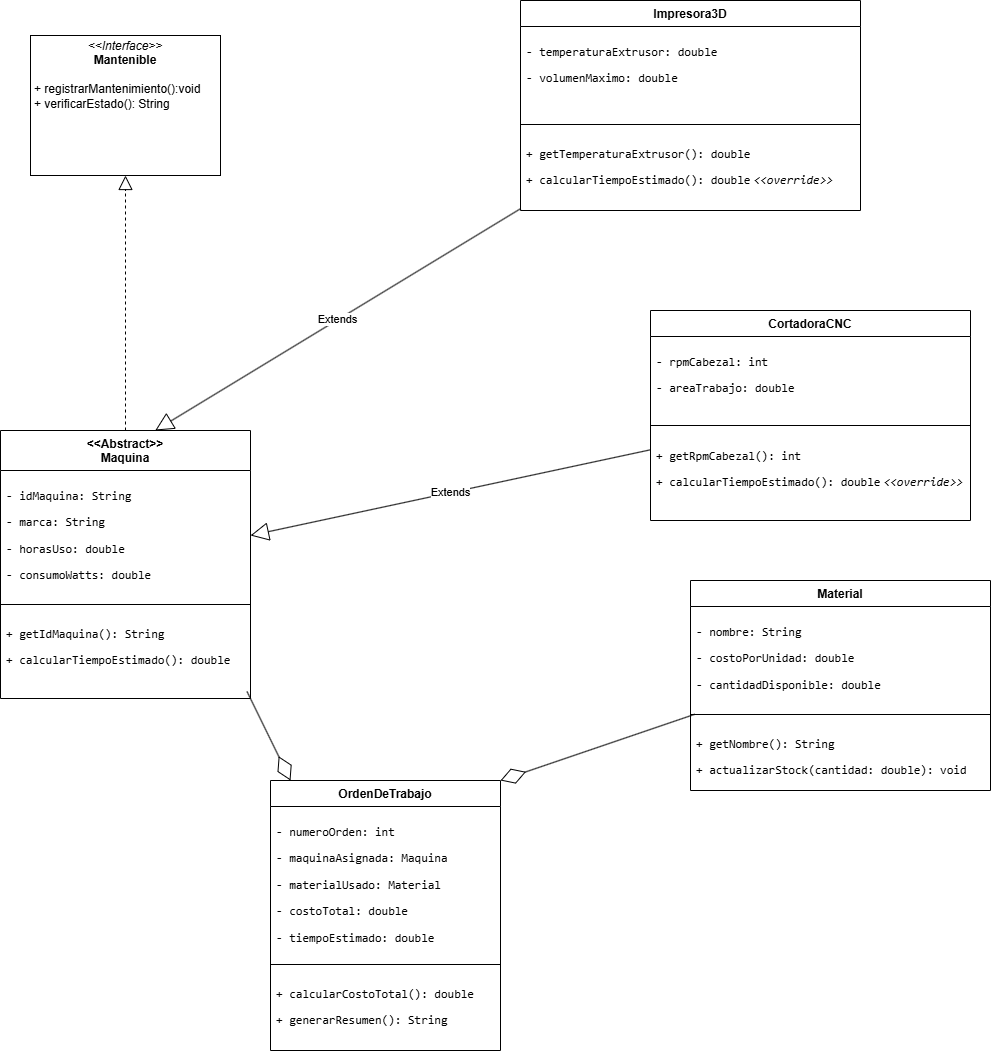
Earlier version of the draw.io export Diagrama UML.png (tsilva-est-ing/PROYECTO-POO-JAVA-FIUNA-2026). Source tidied: cells renumbered, new cells last; positions are measured from the earlier drawing's top-left corner, leaving out a move shared by most shapes. Its diagram source:
```xml
<mxGraphModel background="light-dark(#FFFFFF,#000000)">
  <root>
    <mxCell id="0" />
    <mxCell id="1" parent="0" />
    <mxCell id="2" value="&lt;p style=&quot;margin:0px;margin-top:4px;text-align:center;&quot;&gt;&lt;i&gt;&amp;lt;&amp;lt;Interface&amp;gt;&amp;gt;&lt;/i&gt;&lt;br&gt;&lt;b&gt;Mantenible&lt;/b&gt;&lt;/p&gt;&lt;p style=&quot;margin:0px;margin-left:4px;&quot;&gt;&lt;br&gt;&lt;/p&gt;&lt;p style=&quot;margin:0px;margin-left:4px;&quot;&gt;+ registrarMantenimiento():void&lt;br&gt;+ verificarEstado(): String&lt;/p&gt;" style="verticalAlign=top;align=left;overflow=fill;html=1;whiteSpace=wrap;" parent="1" vertex="1">
      <mxGeometry x="30" y="35" width="190" height="140" as="geometry" />
    </mxCell>
    <mxCell id="3" value="&amp;lt;&amp;lt;Abstract&amp;gt;&amp;gt;&lt;div&gt;Maquina&lt;/div&gt;" style="swimlane;fontStyle=1;align=center;verticalAlign=top;horizontal=1;startSize=40;whiteSpace=wrap;html=1;" parent="1" vertex="1">
      <mxGeometry y="430" width="250" height="268" as="geometry" />
    </mxCell>
    <mxCell id="4" value="&lt;div&gt;&lt;li&gt;&lt;p&gt;&lt;code&gt;- idMaquina: String&lt;/code&gt;&lt;/p&gt;&lt;/li&gt;&lt;li&gt;&lt;p&gt;&lt;code&gt;- marca: String&lt;/code&gt;&lt;/p&gt;&lt;/li&gt;&lt;li&gt;&lt;p&gt;&lt;code&gt;- horasUso: double&lt;/code&gt;&lt;/p&gt;&lt;/li&gt;&lt;li&gt;&lt;p&gt;&lt;code&gt;- consumoWatts: double&lt;/code&gt;&lt;/p&gt;&lt;/li&gt;&lt;/div&gt;" style="text;strokeColor=none;fillColor=none;align=left;verticalAlign=top;spacingLeft=4;spacingRight=4;overflow=hidden;points=[[0,0.5],[1,0.5]];portConstraint=eastwest;whiteSpace=wrap;html=1;" parent="3" vertex="1">
      <mxGeometry y="40" width="250" height="130" as="geometry" />
    </mxCell>
    <mxCell id="5" style="line;strokeWidth=1;fillColor=none;align=left;verticalAlign=middle;spacingTop=-1;spacingLeft=3;spacingRight=3;labelPosition=right;strokeColor=inherit;" parent="3" vertex="1">
      <mxGeometry y="170" width="250" height="8" as="geometry" />
    </mxCell>
    <mxCell id="6" value="&lt;li&gt;&lt;p&gt;&lt;code&gt;+ getIdMaquina(): String&lt;/code&gt;&amp;nbsp;&lt;/p&gt;&lt;/li&gt;&lt;li&gt;&lt;p&gt;&lt;code&gt;+ calcularTiempoEstimado(): double&lt;/code&gt;&lt;/p&gt;&lt;/li&gt;" style="text;strokeColor=none;fillColor=none;align=left;verticalAlign=top;spacingLeft=4;spacingRight=4;overflow=hidden;points=[[0,0.5],[1,0.5]];portConstraint=eastwest;whiteSpace=wrap;html=1;" parent="3" vertex="1">
      <mxGeometry y="178" width="250" height="90" as="geometry" />
    </mxCell>
    <mxCell id="7" value="Impresora3D" style="swimlane;fontStyle=1;align=center;verticalAlign=top;horizontal=1;startSize=26;whiteSpace=wrap;html=1;" parent="1" vertex="1">
      <mxGeometry x="520" width="340" height="210" as="geometry" />
    </mxCell>
    <mxCell id="8" value="&lt;li&gt;&lt;p&gt;&lt;code&gt;- temperaturaExtrusor: double&lt;/code&gt;&lt;/p&gt;&lt;/li&gt;&lt;li&gt;&lt;p&gt;&lt;code&gt;- volumenMaximo: double&lt;/code&gt;&lt;/p&gt;&lt;/li&gt;" style="text;strokeColor=none;fillColor=none;align=left;verticalAlign=top;spacingLeft=4;spacingRight=4;overflow=hidden;whiteSpace=wrap;html=1;" parent="7" vertex="1">
      <mxGeometry y="26" width="340" height="94" as="geometry" />
    </mxCell>
    <mxCell id="9" style="line;strokeWidth=1;fillColor=none;align=left;verticalAlign=middle;spacingTop=-1;spacingLeft=3;spacingRight=3;labelPosition=right;strokeColor=inherit;" parent="7" vertex="1">
      <mxGeometry y="120" width="340" height="8" as="geometry" />
    </mxCell>
    <mxCell id="10" value="&lt;li&gt;&lt;p&gt;&lt;code&gt;+ getTemperaturaExtrusor(): double&lt;/code&gt;&lt;/p&gt;&lt;/li&gt;&lt;li&gt;&lt;p&gt;&lt;code&gt;+ calcularTiempoEstimado(): double&lt;font face=&quot;Helvetica&quot;&gt;&amp;nbsp;&lt;/font&gt;&lt;/code&gt;&lt;i&gt;&lt;code&gt;&amp;lt;&amp;lt;override&amp;gt;&amp;gt;&lt;/code&gt;&lt;/i&gt;&lt;/p&gt;&lt;/li&gt;" style="text;strokeColor=none;fillColor=none;align=left;verticalAlign=top;spacingLeft=4;spacingRight=4;overflow=hidden;whiteSpace=wrap;html=1;" parent="7" vertex="1">
      <mxGeometry y="128" width="340" height="82" as="geometry" />
    </mxCell>
    <mxCell id="11" value="CortadoraCNC" style="swimlane;fontStyle=1;align=center;verticalAlign=top;horizontal=1;startSize=26;whiteSpace=wrap;html=1;" parent="1" vertex="1">
      <mxGeometry x="650" y="310" width="320" height="210" as="geometry" />
    </mxCell>
    <mxCell id="12" value="&lt;li&gt;&lt;p&gt;&lt;code&gt;- rpmCabezal: int&lt;/code&gt;&lt;/p&gt;&lt;/li&gt;&lt;li&gt;&lt;p&gt;&lt;code&gt;- areaTrabajo: double&lt;/code&gt;&lt;/p&gt;&lt;/li&gt;" style="text;strokeColor=none;fillColor=none;align=left;verticalAlign=top;spacingLeft=4;spacingRight=4;overflow=hidden;whiteSpace=wrap;html=1;" parent="11" vertex="1">
      <mxGeometry y="26" width="320" height="84" as="geometry" />
    </mxCell>
    <mxCell id="13" style="line;strokeWidth=1;fillColor=none;align=left;verticalAlign=middle;spacingTop=-1;spacingLeft=3;spacingRight=3;labelPosition=right;strokeColor=inherit;" parent="11" vertex="1">
      <mxGeometry y="110" width="320" height="10" as="geometry" />
    </mxCell>
    <mxCell id="14" value="&lt;li&gt;&lt;p&gt;&lt;code&gt;+ getRpmCabezal(): int&lt;/code&gt;&amp;nbsp;&lt;/p&gt;&lt;/li&gt;&lt;li&gt;&lt;p&gt;&lt;code&gt;+ calcularTiempoEstimado(): double&lt;/code&gt;&lt;i&gt;&amp;nbsp;&lt;code&gt;&amp;lt;&amp;lt;override&amp;gt;&amp;gt;&lt;/code&gt;&lt;/i&gt;&lt;/p&gt;&lt;/li&gt;" style="text;strokeColor=none;fillColor=none;align=left;verticalAlign=top;spacingLeft=4;spacingRight=4;overflow=hidden;whiteSpace=wrap;html=1;" parent="11" vertex="1">
      <mxGeometry y="120" width="320" height="90" as="geometry" />
    </mxCell>
    <mxCell id="15" value="Material" style="swimlane;fontStyle=1;align=center;verticalAlign=top;horizontal=1;startSize=26;whiteSpace=wrap;html=1;" parent="1" vertex="1">
      <mxGeometry x="690" y="580" width="300" height="210" as="geometry" />
    </mxCell>
    <mxCell id="16" value="&lt;li&gt;&lt;p&gt;&lt;code&gt;- nombre: String&lt;/code&gt;&lt;/p&gt;&lt;/li&gt;&lt;li&gt;&lt;p&gt;&lt;code&gt;- costoPorUnidad: double&lt;/code&gt;&lt;/p&gt;&lt;/li&gt;&lt;li&gt;&lt;p&gt;&lt;code&gt;- cantidadDisponible: double&lt;/code&gt;&lt;/p&gt;&lt;/li&gt;" style="text;strokeColor=none;fillColor=none;align=left;verticalAlign=top;spacingLeft=4;spacingRight=4;overflow=hidden;whiteSpace=wrap;html=1;" parent="15" vertex="1">
      <mxGeometry y="26" width="300" height="104" as="geometry" />
    </mxCell>
    <mxCell id="17" style="line;strokeWidth=1;fillColor=none;align=left;verticalAlign=middle;spacingTop=-1;spacingLeft=3;spacingRight=3;labelPosition=right;strokeColor=inherit;" parent="15" vertex="1">
      <mxGeometry y="130" width="300" height="8" as="geometry" />
    </mxCell>
    <mxCell id="18" value="&lt;li&gt;&lt;p&gt;&lt;code&gt;+ getNombre(): String&lt;/code&gt;&amp;nbsp;&lt;/p&gt;&lt;/li&gt;&lt;li&gt;&lt;p&gt;&lt;code&gt;+ actualizarStock(cantidad: double): void&lt;/code&gt;&lt;/p&gt;&lt;/li&gt;" style="text;strokeColor=none;fillColor=none;align=left;verticalAlign=top;spacingLeft=4;spacingRight=4;overflow=hidden;points=[[0,0.5],[1,0.5]];portConstraint=eastwest;whiteSpace=wrap;html=1;" parent="15" vertex="1">
      <mxGeometry y="138" width="300" height="72" as="geometry" />
    </mxCell>
    <mxCell id="19" value="OrdenDeTrabajo" style="swimlane;fontStyle=1;align=center;verticalAlign=top;horizontal=1;startSize=26;whiteSpace=wrap;html=1;" parent="1" vertex="1">
      <mxGeometry x="270" y="780" width="230" height="270" as="geometry" />
    </mxCell>
    <mxCell id="20" value="&lt;li&gt;&lt;p&gt;&lt;code&gt;- numeroOrden: int&lt;/code&gt;&lt;/p&gt;&lt;/li&gt;&lt;li&gt;&lt;p&gt;&lt;code&gt;- maquinaAsignada: Maquina&lt;/code&gt;&lt;/p&gt;&lt;/li&gt;&lt;li&gt;&lt;p&gt;&lt;code&gt;- materialUsado: Material&lt;/code&gt;&lt;/p&gt;&lt;/li&gt;&lt;li&gt;&lt;p&gt;&lt;code&gt;- costoTotal: double&lt;/code&gt;&lt;/p&gt;&lt;/li&gt;&lt;li&gt;&lt;p&gt;&lt;code&gt;- tiempoEstimado: double&lt;/code&gt;&lt;/p&gt;&lt;/li&gt;" style="text;strokeColor=none;fillColor=none;align=left;verticalAlign=top;spacingLeft=4;spacingRight=4;overflow=hidden;whiteSpace=wrap;html=1;" parent="19" vertex="1">
      <mxGeometry y="26" width="230" height="154" as="geometry" />
    </mxCell>
    <mxCell id="21" style="line;strokeWidth=1;fillColor=none;align=left;verticalAlign=middle;spacingTop=-1;spacingLeft=3;spacingRight=3;labelPosition=right;strokeColor=inherit;" parent="19" vertex="1">
      <mxGeometry y="180" width="230" height="8" as="geometry" />
    </mxCell>
    <mxCell id="22" value="&lt;li&gt;&lt;p&gt;&lt;code&gt;+ calcularCostoTotal(): double&lt;/code&gt;&lt;/p&gt;&lt;/li&gt;&lt;li&gt;&lt;p&gt;&lt;code&gt;+ generarResumen(): String&lt;/code&gt;&lt;/p&gt;&lt;/li&gt;" style="text;strokeColor=none;fillColor=none;align=left;verticalAlign=top;spacingLeft=4;spacingRight=4;overflow=hidden;whiteSpace=wrap;html=1;" parent="19" vertex="1">
      <mxGeometry y="188" width="230" height="82" as="geometry" />
    </mxCell>
    <mxCell id="23" value="Extends" style="endArrow=block;endSize=16;endFill=0;html=1;rounded=0;entryX=0.619;entryY=0;entryDx=0;entryDy=0;entryPerimeter=0;" parent="1" edge="1" source="7" target="3">
      <mxGeometry relative="1" as="geometry" />
    </mxCell>
    <mxCell id="24" value="Extends" style="endArrow=block;endSize=16;endFill=0;html=1;rounded=0;entryX=1;entryY=0.5;entryDx=0;entryDy=0;" parent="1" edge="1" source="11" target="4">
      <mxGeometry relative="1" as="geometry" />
    </mxCell>
    <mxCell id="25" style="endArrow=block;dashed=1;endFill=0;endSize=12;html=1;rounded=0;" parent="1" edge="1" source="3" target="2">
      <mxGeometry relative="1" as="geometry" />
    </mxCell>
    <mxCell id="26" style="endArrow=diamondThin;endFill=0;endSize=24;html=1;rounded=0;entryX=0.087;entryY=0;entryDx=0;entryDy=0;entryPerimeter=0;exitX=0.986;exitY=0.922;exitDx=0;exitDy=0;exitPerimeter=0;" parent="1" edge="1" source="6" target="19">
      <mxGeometry relative="1" as="geometry" />
    </mxCell>
    <mxCell id="27" style="endArrow=diamondThin;endFill=0;endSize=24;html=1;rounded=0;exitX=0.014;exitY=-0.058;exitDx=0;exitDy=0;exitPerimeter=0;entryX=1;entryY=0;entryDx=0;entryDy=0;" parent="1" edge="1" source="18" target="19">
      <mxGeometry relative="1" as="geometry" />
    </mxCell>
  </root>
</mxGraphModel>
```
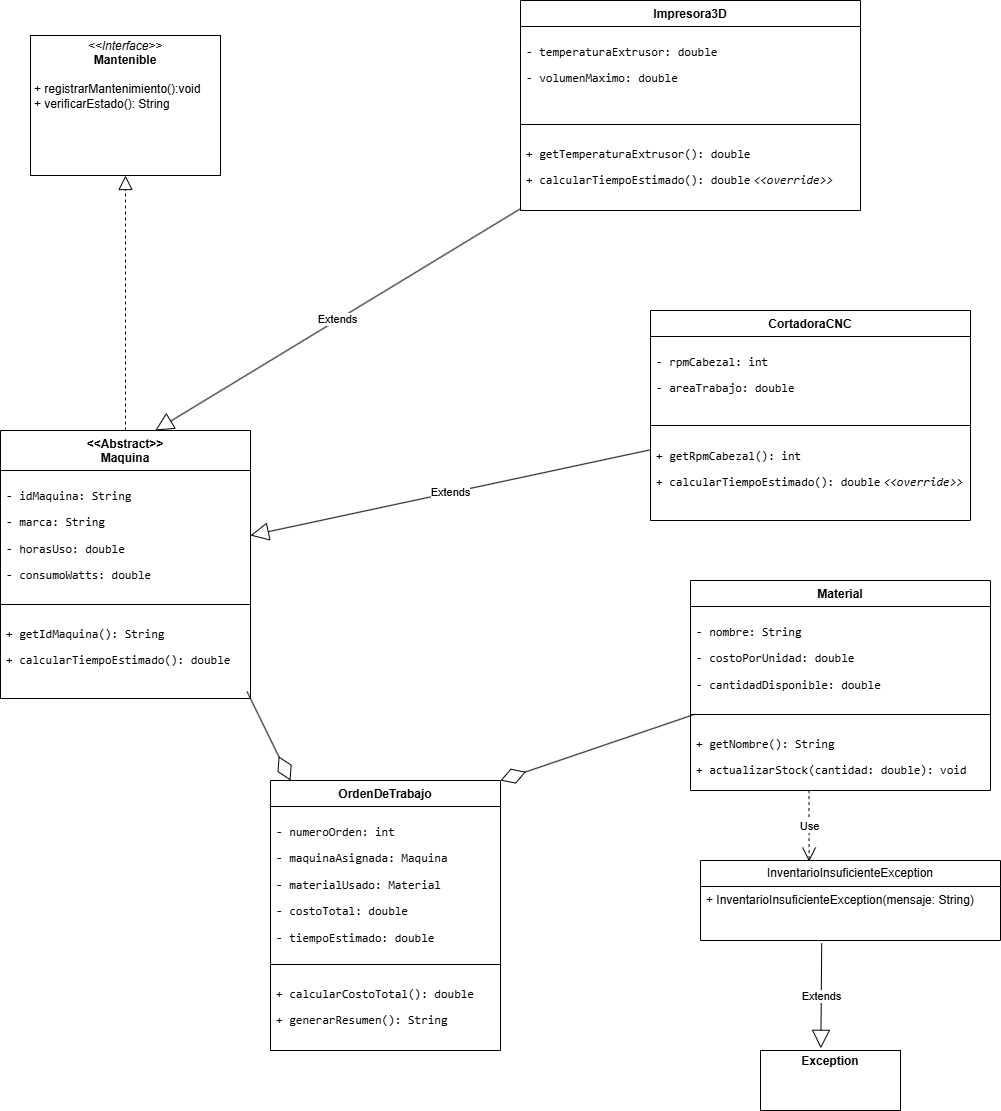
Above is the later version.

What changed in the source:
```diff
@@ -80,5 +80,20 @@
     <mxCell id="27" style="endArrow=diamondThin;endFill=0;endSize=24;html=1;rounded=0;exitX=0.014;exitY=-0.058;exitDx=0;exitDy=0;exitPerimeter=0;entryX=1;entryY=0;entryDx=0;entryDy=0;" parent="1" edge="1" source="18" target="19">
       <mxGeometry relative="1" as="geometry" />
     </mxCell>
+    <mxCell id="28" value="InventarioInsuficienteException" style="swimlane;fontStyle=0;horizontal=1;startSize=26;fillColor=none;whiteSpace=wrap;html=1;" parent="1" vertex="1">
+      <mxGeometry x="700" y="860" width="300" height="80" as="geometry" />
+    </mxCell>
+    <mxCell id="29" value="+ InventarioInsuficienteException(mensaje: String)" style="text;strokeColor=none;fillColor=none;align=left;verticalAlign=top;spacingLeft=4;spacingRight=4;overflow=hidden;points=[[0,0.5],[1,0.5]];portConstraint=eastwest;whiteSpace=wrap;html=1;" parent="28" vertex="1">
+      <mxGeometry y="26" width="300" height="54" as="geometry" />
+    </mxCell>
+    <mxCell id="30" value="&lt;p style=&quot;margin:0px;margin-top:4px;text-align:center;&quot;&gt;&lt;b&gt;Exception&lt;/b&gt;&lt;/p&gt;" style="verticalAlign=top;align=left;overflow=fill;html=1;whiteSpace=wrap;" parent="1" vertex="1">
+      <mxGeometry x="760" y="1050" width="140" height="60" as="geometry" />
+    </mxCell>
+    <mxCell id="31" value="Extends" style="endArrow=block;endSize=16;endFill=0;html=1;rounded=0;exitX=0.404;exitY=1.052;exitDx=0;exitDy=0;exitPerimeter=0;entryX=0.431;entryY=-0.036;entryDx=0;entryDy=0;entryPerimeter=0;" parent="1" edge="1" source="29" target="30">
+      <mxGeometry relative="1" as="geometry" />
+    </mxCell>
+    <mxCell id="32" value="Use" style="endArrow=open;endSize=12;dashed=1;html=1;rounded=0;exitX=0.395;exitY=0.994;exitDx=0;exitDy=0;exitPerimeter=0;entryX=0.362;entryY=0.013;entryDx=0;entryDy=0;entryPerimeter=0;" parent="1" edge="1" source="18" target="28">
+      <mxGeometry relative="1" as="geometry" />
+    </mxCell>
   </root>
 </mxGraphModel>
```
